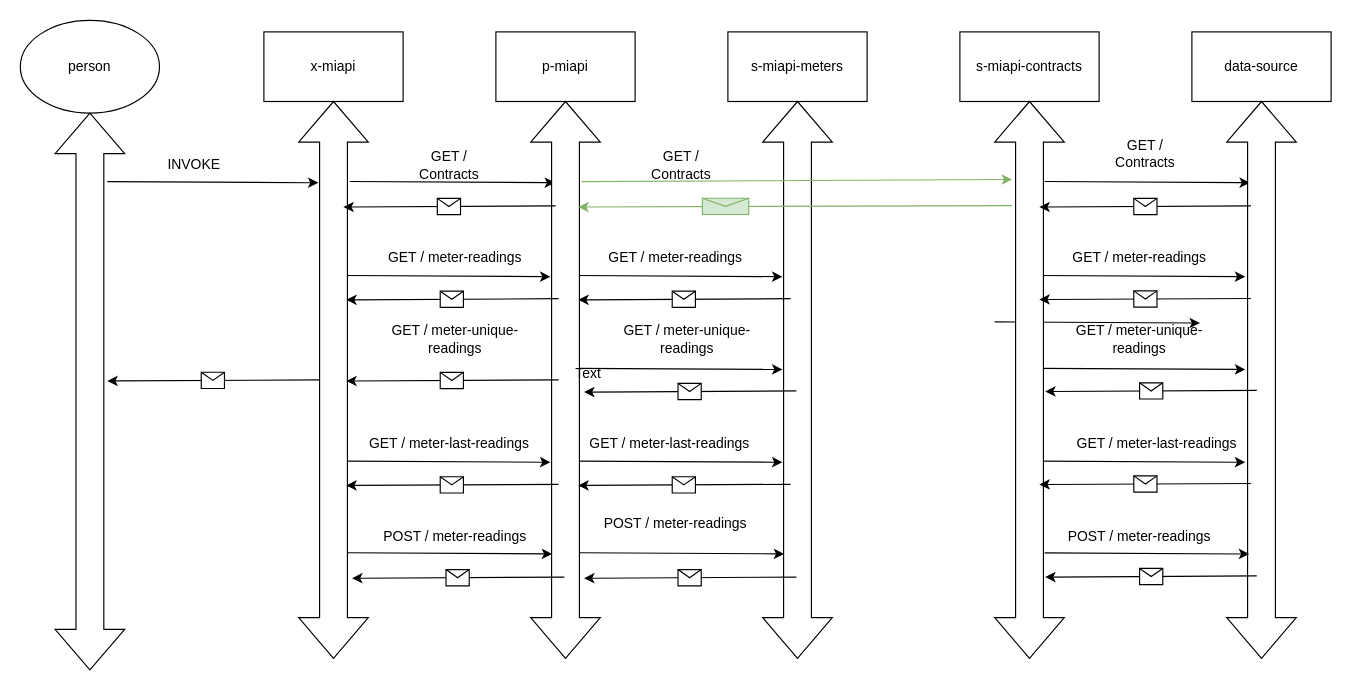
Above: Untitled Diagram.drawio in lennyjuma/demo (draw.io), before the change. Source tidied: cells renumbered, new cells numbered last; positions are measured from the earlier drawing's top-left corner, leaving out a move shared by most shapes. Both pictures are drawn from the tidied source at 116%, with x=0, y=0 at pixel (-189, 20).
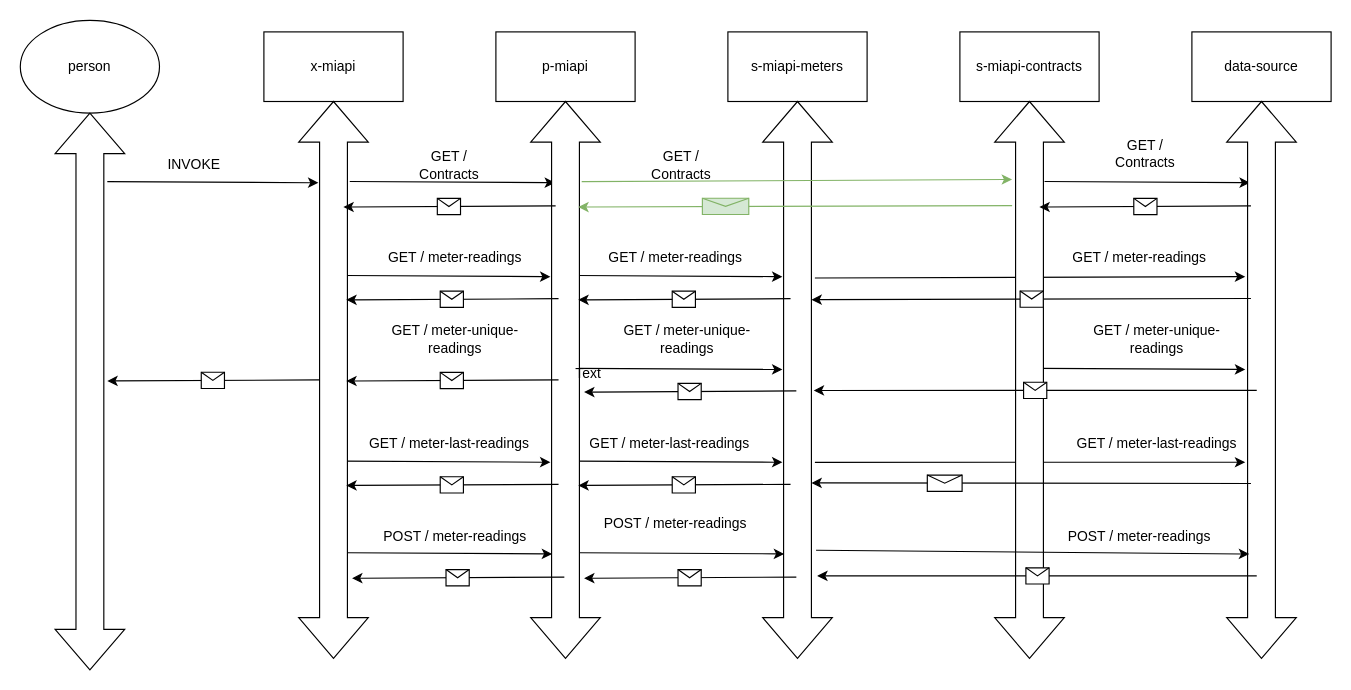
The same page after the edit.

The change refers to these unchanged cells:
```xml
<mxCell id="39" style="html=1;shadow=0;dashed=0;align=center;verticalAlign=middle;shape=mxgraph.arrows2.twoWayArrow;dy=0.6;dx=35;rotation=-90;" parent="1" vertex="1">
  <mxGeometry x="610" y="280" width="480" height="60" as="geometry" />
</mxCell>
```

The edit, as a diff of the source:
```diff
@@
-    <mxCell id="13" style="endArrow=classic;html=1;rounded=0;entryX=0.854;entryY=0.35;entryDx=0;entryDy=0;entryPerimeter=0;exitX=0.856;exitY=0.733;exitDx=0;exitDy=0;exitPerimeter=0;" parent="1" edge="1">
+    <mxCell id="13" style="endArrow=classic;html=1;rounded=0;entryX=0.854;entryY=0.35;entryDx=0;entryDy=0;entryPerimeter=0;exitX=0.352;exitY=0.75;exitDx=0;exitDy=0;exitPerimeter=0;" parent="1" edge="1" source="39">
       <mxGeometry relative="1" as="geometry">
-        <mxPoint x="1059" y="380" as="sourcePoint" />
         <mxPoint x="1236" y="381" as="targetPoint" />
       </mxGeometry>
     </mxCell>
@@
-    <mxCell id="15" style="endArrow=classic;html=1;rounded=0;entryX=0.854;entryY=0.35;entryDx=0;entryDy=0;entryPerimeter=0;exitX=0.856;exitY=0.733;exitDx=0;exitDy=0;exitPerimeter=0;" parent="1" edge="1">
+    <mxCell id="15" style="endArrow=classic;html=1;rounded=0;entryX=0.854;entryY=0.35;entryDx=0;entryDy=0;entryPerimeter=0;exitX=0.683;exitY=0.75;exitDx=0;exitDy=0;exitPerimeter=0;" parent="1" edge="1" source="39">
       <mxGeometry relative="1" as="geometry">
-        <mxPoint x="1059" y="220" as="sourcePoint" />
         <mxPoint x="1236" y="221" as="targetPoint" />
       </mxGeometry>
     </mxCell>
@@
-    <mxCell id="19" style="endArrow=classic;html=1;rounded=0;entryX=0.854;entryY=0.35;entryDx=0;entryDy=0;entryPerimeter=0;exitX=0.856;exitY=0.733;exitDx=0;exitDy=0;exitPerimeter=0;" parent="1" edge="1">
-      <mxGeometry relative="1" as="geometry">
-        <mxPoint x="1020" y="260" as="sourcePoint" />
-        <mxPoint x="1197" y="261" as="targetPoint" />
-      </mxGeometry>
-    </mxCell>
@@
     <mxCell id="33" value="GET / meter-unique-readings" style="text;html=1;strokeColor=none;fillColor=none;align=center;verticalAlign=middle;whiteSpace=wrap;rounded=0;" parent="1" vertex="1">
-      <mxGeometry x="1070" y="260" width="150" height="30" as="geometry" />
+      <mxGeometry x="1085" y="260" width="150" height="30" as="geometry" />
     </mxCell>
@@
-    <mxCell id="71" style="endArrow=classic;html=1;rounded=0;exitX=0.5;exitY=0;exitDx=0;exitDy=18;exitPerimeter=0;entryX=0.519;entryY=0.75;entryDx=0;entryDy=0;entryPerimeter=0;" parent="1" edge="1">
+    <mxCell id="71" style="endArrow=classic;html=1;rounded=0;exitX=0.5;exitY=0;exitDx=0;exitDy=18;exitPerimeter=0;entryX=0.644;entryY=0.7;entryDx=0;entryDy=0;entryPerimeter=0;" parent="1" edge="1" target="39">
       <mxGeometry relative="1" as="geometry">
         <mxPoint x="1240.9" y="239.8" as="sourcePoint" />
-        <mxPoint x="1058.5" y="240.7" as="targetPoint" />
       </mxGeometry>
     </mxCell>
@@
-    <mxCell id="73" style="endArrow=classic;html=1;rounded=0;exitX=0.5;exitY=0;exitDx=0;exitDy=18;exitPerimeter=0;entryX=0.519;entryY=0.75;entryDx=0;entryDy=0;entryPerimeter=0;" parent="1" edge="1">
+    <mxCell id="73" style="endArrow=classic;html=1;rounded=0;exitX=0.5;exitY=0;exitDx=0;exitDy=18;exitPerimeter=0;entryX=0.315;entryY=0.7;entryDx=0;entryDy=0;entryPerimeter=0;" parent="1" edge="1" target="39">
       <mxGeometry relative="1" as="geometry">
         <mxPoint x="1240.9" y="399.3" as="sourcePoint" />
-        <mxPoint x="1058.5" y="400.2" as="targetPoint" />
       </mxGeometry>
     </mxCell>
     <mxCell id="74" style="shape=message;html=1;" parent="73" vertex="1">
-      <mxGeometry width="20" height="14" relative="1" as="geometry">
-        <mxPoint x="-10" y="-7" as="offset" />
+      <mxGeometry width="30" height="14" relative="1" as="geometry">
+        <mxPoint x="-90" y="-7" as="offset" />
       </mxGeometry>
     </mxCell>
-    <mxCell id="75" style="endArrow=classic;html=1;rounded=0;exitX=0.5;exitY=0;exitDx=0;exitDy=18;exitPerimeter=0;entryX=0.519;entryY=0.75;entryDx=0;entryDy=0;entryPerimeter=0;" parent="1" edge="1">
+    <mxCell id="75" style="endArrow=classic;html=1;rounded=0;exitX=0.5;exitY=0;exitDx=0;exitDy=18;exitPerimeter=0;entryX=0.481;entryY=0.733;entryDx=0;entryDy=0;entryPerimeter=0;" parent="1" edge="1" target="39">
       <mxGeometry relative="1" as="geometry">
         <mxPoint x="1245.9" y="319" as="sourcePoint" />
-        <mxPoint x="1063.5" y="320" as="targetPoint" />
       </mxGeometry>
     </mxCell>
@@
-    <mxCell id="77" style="endArrow=classic;html=1;rounded=0;exitX=0.5;exitY=0;exitDx=0;exitDy=18;exitPerimeter=0;entryX=0.519;entryY=0.75;entryDx=0;entryDy=0;entryPerimeter=0;" parent="1" edge="1">
+    <mxCell id="77" style="endArrow=classic;html=1;rounded=0;exitX=0.5;exitY=0;exitDx=0;exitDy=18;exitPerimeter=0;entryX=0.148;entryY=0.783;entryDx=0;entryDy=0;entryPerimeter=0;" parent="1" edge="1" target="39">
       <mxGeometry relative="1" as="geometry">
         <mxPoint x="1245.9" y="479" as="sourcePoint" />
-        <mxPoint x="1063.5" y="480" as="targetPoint" />
       </mxGeometry>
     </mxCell>
@@
-    <mxCell id="79" style="endArrow=classic;html=1;rounded=0;entryX=0.854;entryY=0.35;entryDx=0;entryDy=0;entryPerimeter=0;exitX=0.856;exitY=0.733;exitDx=0;exitDy=0;exitPerimeter=0;" parent="1" edge="1">
+    <mxCell id="79" style="endArrow=classic;html=1;rounded=0;entryX=0.854;entryY=0.35;entryDx=0;entryDy=0;entryPerimeter=0;exitX=0.194;exitY=0.767;exitDx=0;exitDy=0;exitPerimeter=0;" parent="1" edge="1" source="39">
       <mxGeometry relative="1" as="geometry">
-        <mxPoint x="1063" y="459.1" as="sourcePoint" />
         <mxPoint x="1239.4" y="460.1" as="targetPoint" />
       </mxGeometry>
     </mxCell>
```
